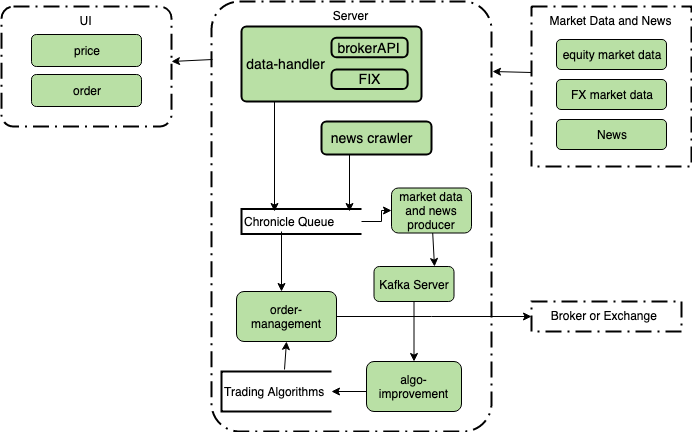
EdwardPoon/algorithmicTrading keeps this draw.io diagram as images/architecture.png. Above is the earlier version. Source tidied: cells renumbered, new cells last; positions are measured from the earlier drawing's top-left corner, leaving out a move shared by most shapes.
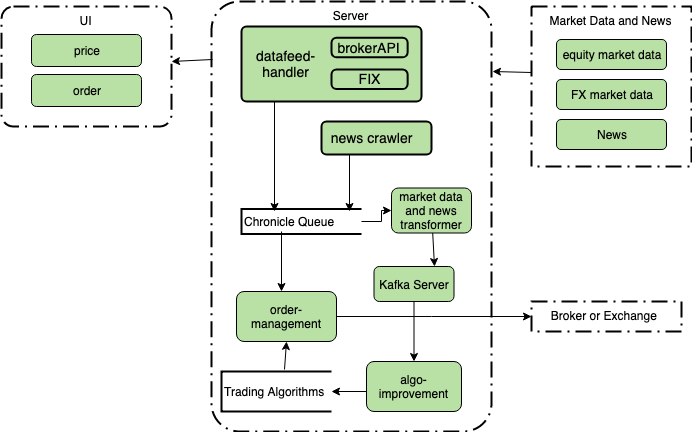
Above is the later version.

Diff of the diagram source:
```diff
@@ -87,7 +87,7 @@
     <mxCell id="24" style="rounded=1;absoluteArcSize=1;html=1;strokeWidth=2;arcSize=10;fontSize=14;fillColor=#B9E0A5;" parent="1" vertex="1">
       <mxGeometry x="240" y="25" width="180" height="75" as="geometry" />
     </mxCell>
-    <mxCell id="25" value="data-handler" style="html=1;strokeWidth=2;shape=mxgraph.er.anchor;fontSize=14;whiteSpace=wrap;" parent="24" vertex="1">
+    <mxCell id="25" value="datafeed-handler" style="html=1;strokeWidth=2;shape=mxgraph.er.anchor;fontSize=14;whiteSpace=wrap;" parent="24" vertex="1">
       <mxGeometry width="90" height="75" as="geometry" />
     </mxCell>
     <mxCell id="26" value="brokerAPI" style="rounded=1;absoluteArcSize=1;html=1;strokeWidth=2;arcSize=10;fontSize=14;whiteSpace=wrap;strokeColor=inherit;fillColor=inherit;" parent="24" vertex="1">
@@ -106,7 +106,7 @@
         <mxPoint x="530" y="71" as="sourcePoint" />
       </mxGeometry>
     </mxCell>
-    <mxCell id="30" value="market data and news producer" style="rounded=1;whiteSpace=wrap;html=1;fillColor=#B9E0A5;" parent="1" vertex="1">
+    <mxCell id="30" value="market data and news transformer" style="rounded=1;whiteSpace=wrap;html=1;fillColor=#B9E0A5;" parent="1" vertex="1">
       <mxGeometry x="390" y="186.5" width="80" height="45" as="geometry" />
     </mxCell>
     <mxCell id="31" style="endArrow=classic;html=1;" parent="1" edge="1">
```
